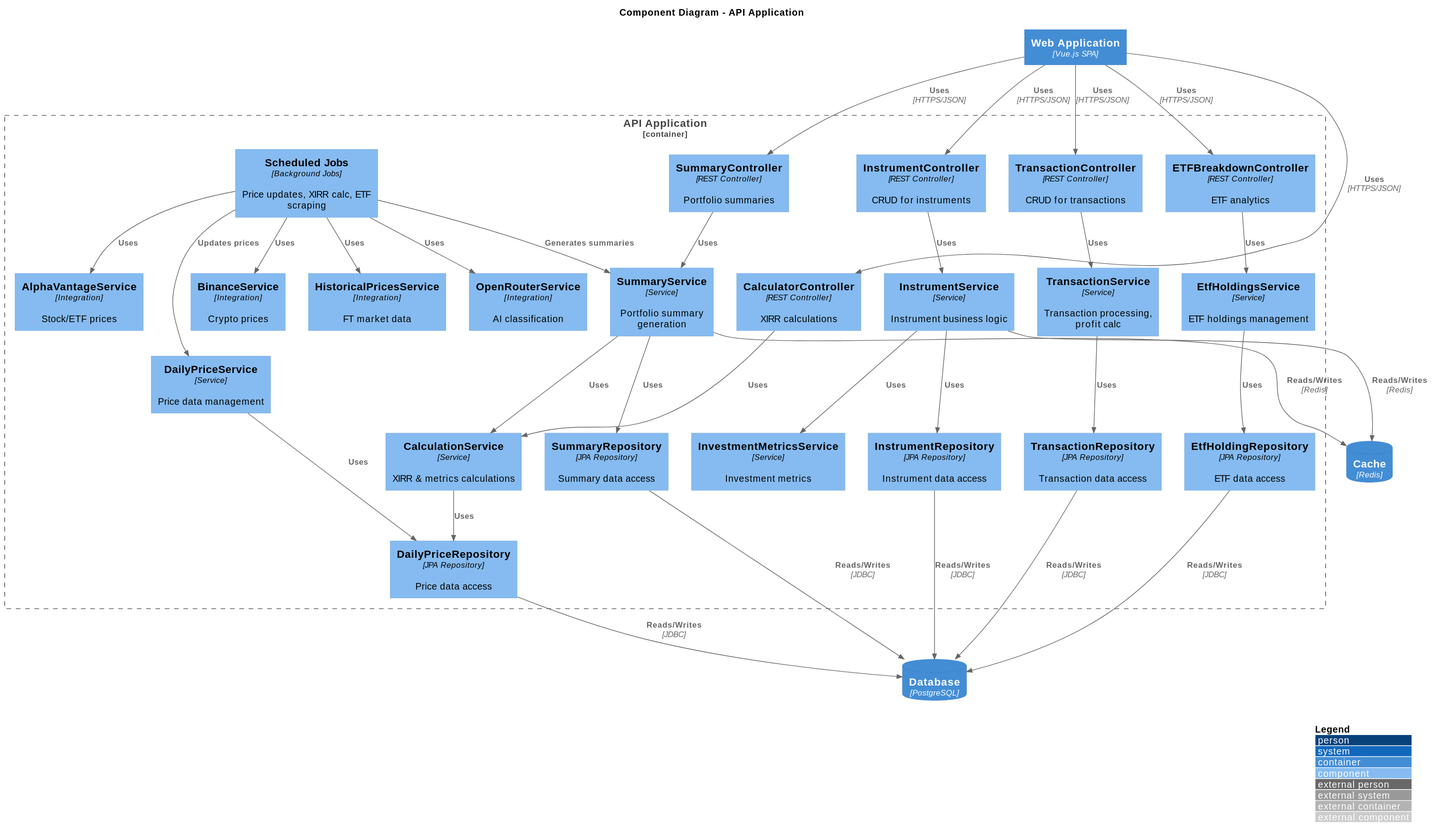
Above: docs/architecture/component-diagram.svg in ktenman/portfolio (PlantUML), before the change.
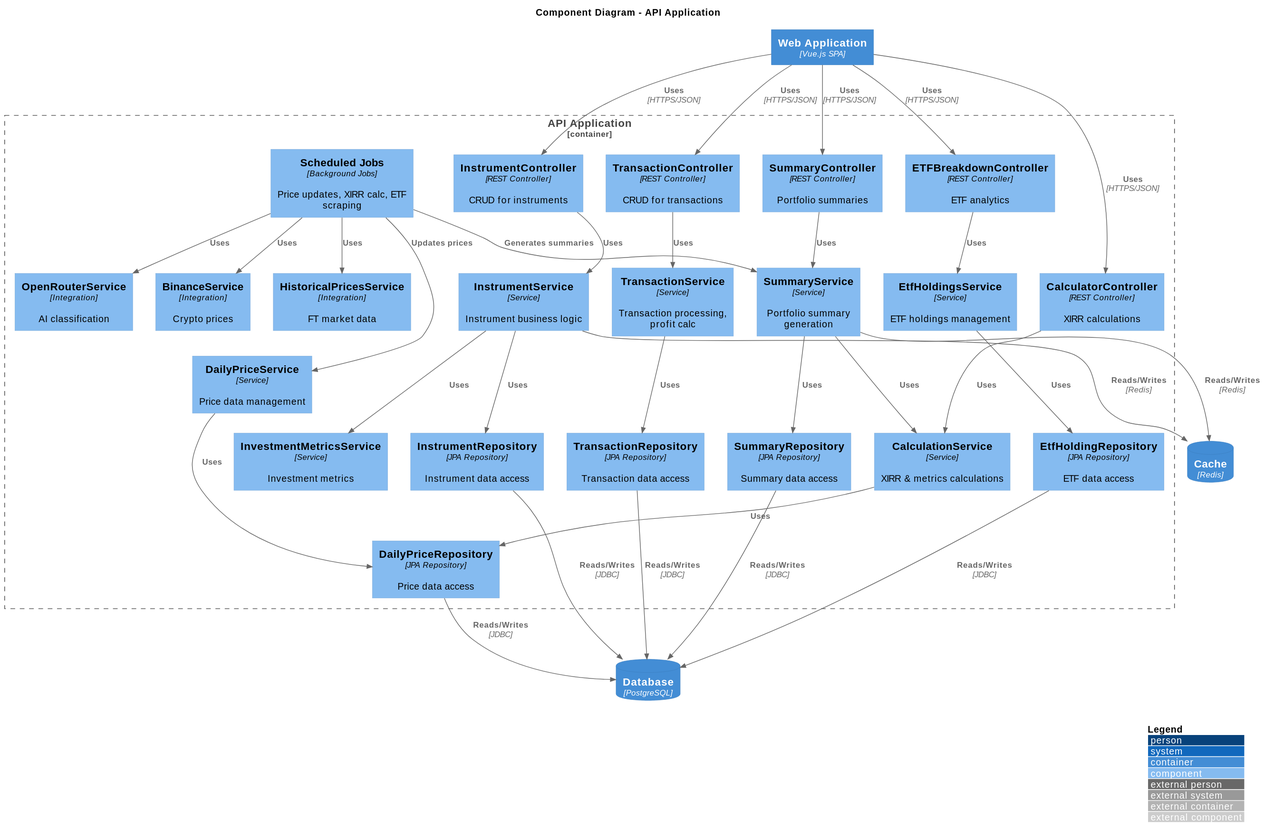
After the commit.

Change to the diagram source:
```diff
@@ -28,7 +28,6 @@
     Component(summary_repo, "SummaryRepository", "JPA Repository", "Summary data access")
     Component(etf_repo, "EtfHoldingRepository", "JPA Repository", "ETF data access")
 
-    Component(alphavantage, "AlphaVantageService", "Integration", "Stock/ETF prices")
     Component(binance, "BinanceService", "Integration", "Crypto prices")
     Component(ft, "HistoricalPricesService", "Integration", "FT market data")
     Component(openrouter, "OpenRouterService", "Integration", "AI classification")
@@ -60,7 +59,6 @@
 Rel(etf_svc, etf_repo, "Uses")
 Rel(price_svc, price_repo, "Uses")
 
-Rel(jobs, alphavantage, "Uses")
 Rel(jobs, binance, "Uses")
 Rel(jobs, ft, "Uses")
 Rel(jobs, openrouter, "Uses")
```
